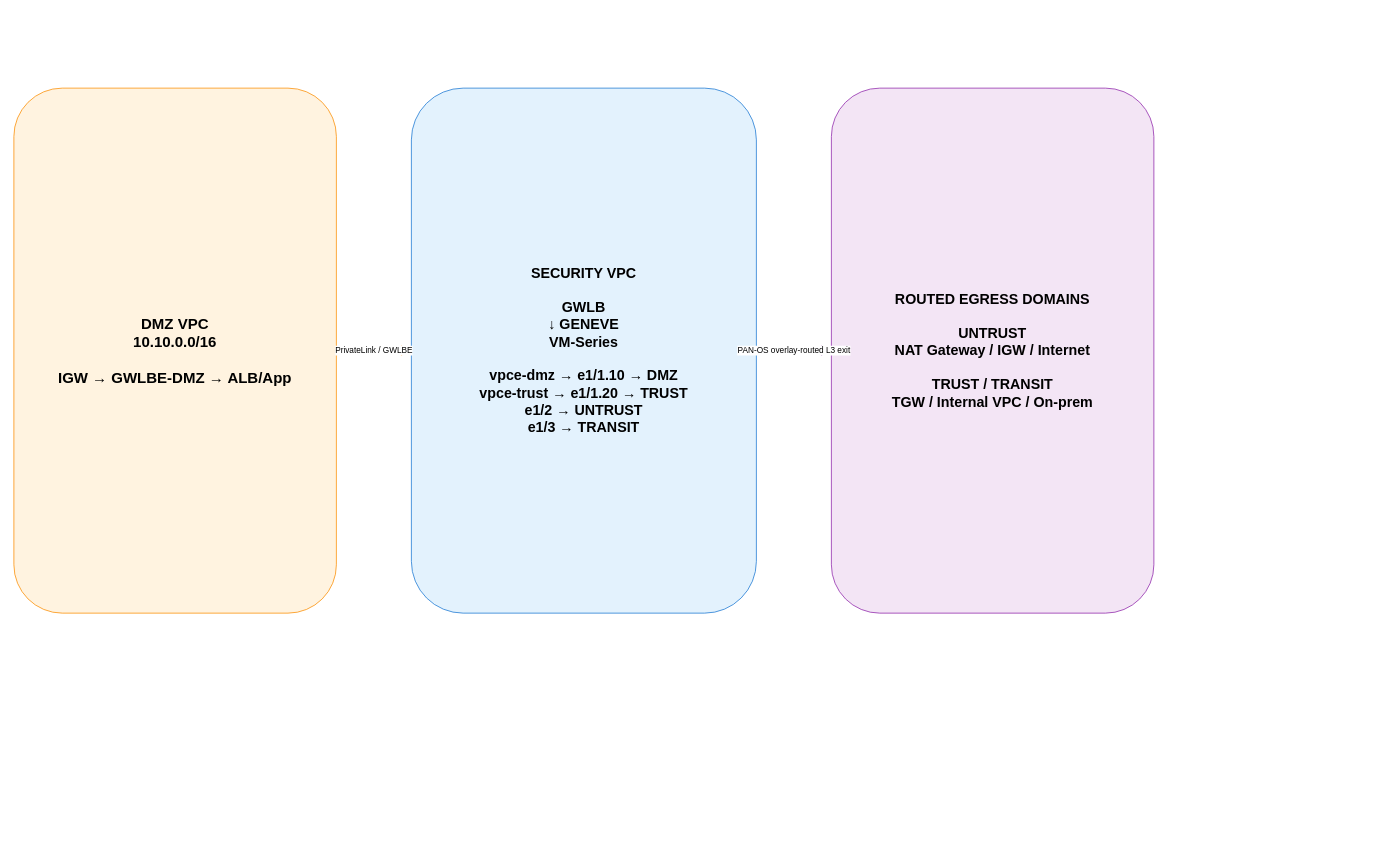
ccaiccie/knowledge keeps this draw.io diagram as images/09-10-26-17-20_aws_overlay_routing_control_data_plane.drawio. Above is the earlier version. Source tidied: cells renumbered, new cells numbered last; positions are measured from the earlier drawing's top-left corner, leaving out a move shared by most shapes. Both pictures are drawn from the tidied source at 75%, with x=0, y=0 at pixel (14, 88).
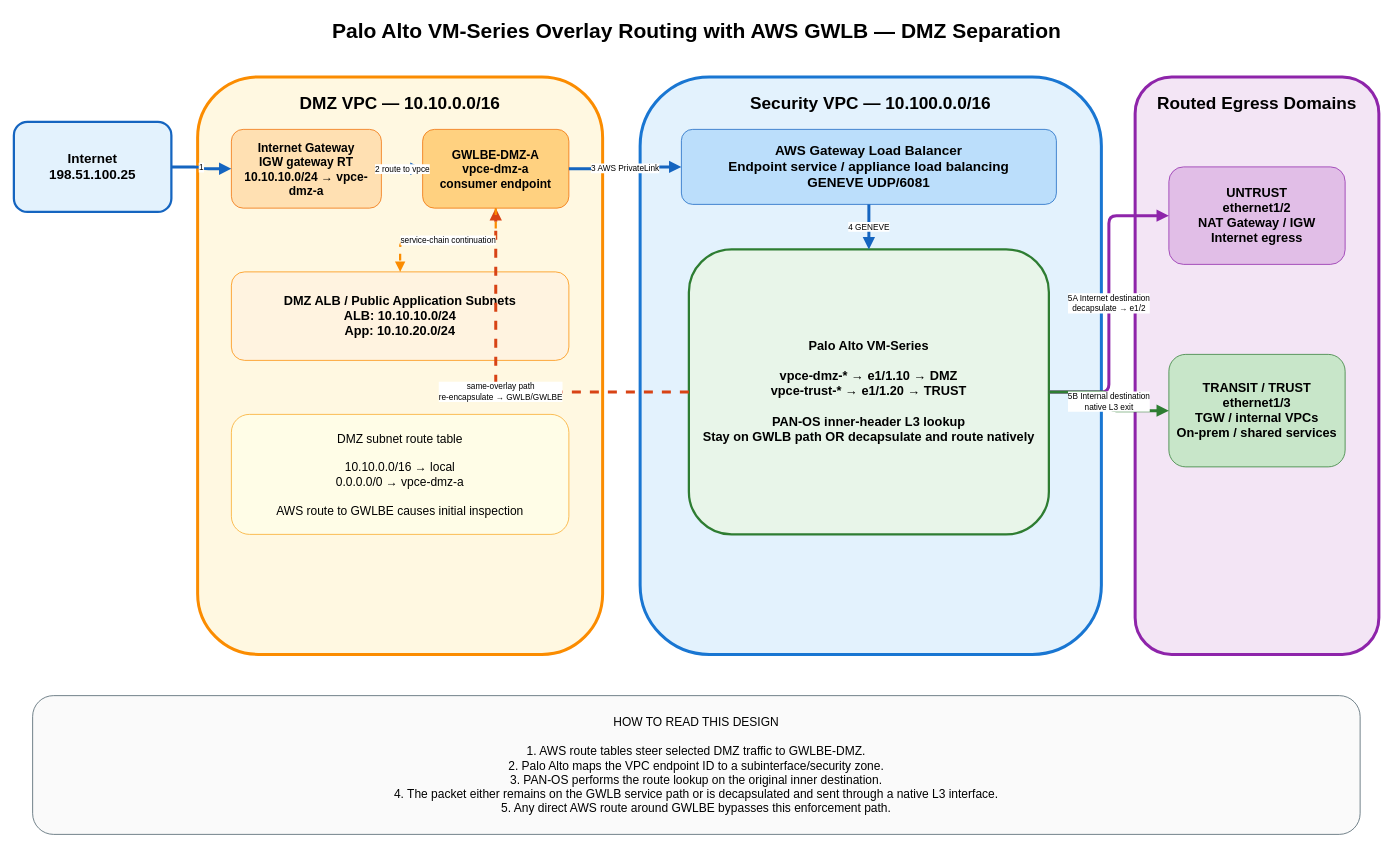
Above is the later version.

Commit message:
Improve editable Palo Alto GWLB DMZ overlay architecture diagram

What changed in the source:
```diff
@@
-    <mxCell id="2" value="DMZ VPC&#10;10.10.0.0/16&#10;&#10;IGW → GWLBE-DMZ → ALB/App" style="rounded=1;whiteSpace=wrap;html=1;fillColor=#fff3e0;strokeColor=#fb8c00;fontSize=20;fontStyle=1;" parent="1" vertex="1">
-      <mxGeometry width="430" height="700" as="geometry" />
-    </mxCell>
-    <mxCell id="3" value="SECURITY VPC&#10;&#10;GWLB&#10;↓ GENEVE&#10;VM-Series&#10;&#10;vpce-dmz → e1/1.10 → DMZ&#10;vpce-trust → e1/1.20 → TRUST&#10;e1/2 → UNTRUST&#10;e1/3 → TRANSIT" style="rounded=1;whiteSpace=wrap;html=1;fillColor=#e3f2fd;strokeColor=#1976d2;fontSize=19;fontStyle=1;" parent="1" vertex="1">
-      <mxGeometry x="530" width="460" height="700" as="geometry" />
-    </mxCell>
-    <mxCell id="4" value="ROUTED EGRESS DOMAINS&#10;&#10;UNTRUST&#10;NAT Gateway / IGW / Internet&#10;&#10;TRUST / TRANSIT&#10;TGW / Internal VPC / On-prem" style="rounded=1;whiteSpace=wrap;html=1;fillColor=#f3e5f5;strokeColor=#8e24aa;fontSize=19;fontStyle=1;" parent="1" vertex="1">
-      <mxGeometry x="1090" width="430" height="700" as="geometry" />
-    </mxCell>
+    <mxCell id="7" value="Palo Alto VM-Series Overlay Routing with AWS GWLB — DMZ Separation" style="text;html=1;align=center;fontSize=28;fontStyle=1;" parent="1" vertex="1">
+      <mxGeometry x="360" y="-100" width="1100" height="50" as="geometry" />
+    </mxCell>
+    <mxCell id="8" value="Internet&#10;198.51.100.25" style="rounded=1;whiteSpace=wrap;html=1;fillColor=#e3f2fd;strokeColor=#1565c0;strokeWidth=3;fontSize=18;fontStyle=1;" parent="1" vertex="1">
+      <mxGeometry y="45" width="210" height="120" as="geometry" />
+    </mxCell>
+    <mxCell id="9" value="DMZ VPC — 10.10.0.0/16" style="rounded=1;whiteSpace=wrap;html=1;fillColor=#fff8e1;strokeColor=#fb8c00;strokeWidth=4;fontSize=23;fontStyle=1;verticalAlign=top;spacingTop=15;" parent="1" vertex="1">
+      <mxGeometry x="245" y="-15" width="540" height="770" as="geometry" />
+    </mxCell>
+    <mxCell id="10" value="Internet Gateway&#10;IGW gateway RT&#10;10.10.10.0/24 → vpce-dmz-a" style="rounded=1;whiteSpace=wrap;html=1;fillColor=#ffe0b2;strokeColor=#ef6c00;fontSize=16;fontStyle=1;" parent="1" vertex="1">
+      <mxGeometry x="290" y="55" width="200" height="105" as="geometry" />
+    </mxCell>
+    <mxCell id="11" value="GWLBE-DMZ-A&#10;vpce-dmz-a&#10;consumer endpoint" style="rounded=1;whiteSpace=wrap;html=1;fillColor=#ffd180;strokeColor=#ef6c00;fontSize=16;fontStyle=1;" parent="1" vertex="1">
+      <mxGeometry x="545" y="55" width="195" height="105" as="geometry" />
+    </mxCell>
+    <mxCell id="12" value="DMZ ALB / Public Application Subnets&#10;ALB: 10.10.10.0/24&#10;App: 10.10.20.0/24" style="rounded=1;whiteSpace=wrap;html=1;fillColor=#fff3e0;strokeColor=#fb8c00;fontSize=17;fontStyle=1;" parent="1" vertex="1">
+      <mxGeometry x="290" y="245" width="450" height="118" as="geometry" />
+    </mxCell>
+    <mxCell id="13" value="DMZ subnet route table&#10;&#10;10.10.0.0/16 → local&#10;0.0.0.0/0 → vpce-dmz-a&#10;&#10;AWS route to GWLBE causes initial inspection" style="rounded=1;whiteSpace=wrap;html=1;fillColor=#fffde7;strokeColor=#f9a825;fontSize=16;" parent="1" vertex="1">
+      <mxGeometry x="290" y="435" width="450" height="160" as="geometry" />
+    </mxCell>
+    <mxCell id="14" value="Security VPC — 10.100.0.0/16" style="rounded=1;whiteSpace=wrap;html=1;fillColor=#e3f2fd;strokeColor=#1976d2;strokeWidth=4;fontSize=23;fontStyle=1;verticalAlign=top;spacingTop=15;" parent="1" vertex="1">
+      <mxGeometry x="835" y="-15" width="615" height="770" as="geometry" />
+    </mxCell>
+    <mxCell id="15" value="AWS Gateway Load Balancer&#10;Endpoint service / appliance load balancing&#10;GENEVE UDP/6081" style="rounded=1;whiteSpace=wrap;html=1;fillColor=#bbdefb;strokeColor=#1565c0;fontSize=18;fontStyle=1;" parent="1" vertex="1">
+      <mxGeometry x="890" y="55" width="500" height="100" as="geometry" />
+    </mxCell>
+    <mxCell id="16" value="Palo Alto VM-Series&#10;&#10;vpce-dmz-* → e1/1.10 → DMZ&#10;vpce-trust-* → e1/1.20 → TRUST&#10;&#10;PAN-OS inner-header L3 lookup&#10;Stay on GWLB path OR decapsulate and route natively" style="rounded=1;whiteSpace=wrap;html=1;fillColor=#e8f5e9;strokeColor=#2e7d32;strokeWidth=3;fontSize=17;fontStyle=1;" parent="1" vertex="1">
+      <mxGeometry x="900" y="215" width="480" height="380" as="geometry" />
+    </mxCell>
+    <mxCell id="17" value="Routed Egress Domains" style="rounded=1;whiteSpace=wrap;html=1;fillColor=#f3e5f5;strokeColor=#8e24aa;strokeWidth=4;fontSize=23;fontStyle=1;verticalAlign=top;spacingTop=15;" parent="1" vertex="1">
+      <mxGeometry x="1495" y="-15" width="325" height="770" as="geometry" />
+    </mxCell>
+    <mxCell id="18" value="UNTRUST&#10;ethernet1/2&#10;NAT Gateway / IGW&#10;Internet egress" style="rounded=1;whiteSpace=wrap;html=1;fillColor=#e1bee7;strokeColor=#8e24aa;fontSize=17;fontStyle=1;" parent="1" vertex="1">
+      <mxGeometry x="1540" y="105" width="235" height="130" as="geometry" />
+    </mxCell>
+    <mxCell id="19" value="TRANSIT / TRUST&#10;ethernet1/3&#10;TGW / internal VPCs&#10;On-prem / shared services" style="rounded=1;whiteSpace=wrap;html=1;fillColor=#c8e6c9;strokeColor=#2e7d32;fontSize=17;fontStyle=1;" parent="1" vertex="1">
+      <mxGeometry x="1540" y="355" width="235" height="150" as="geometry" />
+    </mxCell>
-    <mxCell id="5" value="PrivateLink / GWLBE" style="edgeStyle=orthogonalEdgeStyle;html=1;strokeColor=#fb8c00;strokeWidth=3;endArrow=block;" parent="1" edge="1" source="2" target="3">
+    <mxCell id="5" value="1" style="edgeStyle=orthogonalEdgeStyle;html=1;strokeColor=#1565c0;strokeWidth=4;endArrow=block;" parent="1" edge="1" source="8" target="10">
       <mxGeometry relative="1" as="geometry" />
     </mxCell>
-    <mxCell id="6" value="PAN-OS overlay-routed L3 exit" style="edgeStyle=orthogonalEdgeStyle;html=1;strokeColor=#8e24aa;strokeWidth=3;endArrow=block;" parent="1" edge="1" source="3" target="4">
+    <mxCell id="6" value="2 route to vpce" style="edgeStyle=orthogonalEdgeStyle;html=1;strokeColor=#1565c0;strokeWidth=4;endArrow=block;" parent="1" edge="1" source="10" target="11">
       <mxGeometry relative="1" as="geometry" />
     </mxCell>
+    <mxCell id="20" value="3 AWS PrivateLink" style="edgeStyle=orthogonalEdgeStyle;html=1;strokeColor=#1565c0;strokeWidth=4;endArrow=block;" parent="1" edge="1" source="11" target="15">
+      <mxGeometry relative="1" as="geometry" />
+    </mxCell>
+    <mxCell id="21" value="4 GENEVE" style="edgeStyle=orthogonalEdgeStyle;html=1;strokeColor=#1565c0;strokeWidth=4;endArrow=block;" parent="1" edge="1" source="15" target="16">
+      <mxGeometry relative="1" as="geometry" />
+    </mxCell>
+    <mxCell id="22" value="5A Internet destination&#10;decapsulate → e1/2" style="edgeStyle=orthogonalEdgeStyle;html=1;strokeColor=#8e24aa;strokeWidth=4;endArrow=block;" parent="1" edge="1" source="16" target="18">
+      <mxGeometry relative="1" as="geometry" />
+    </mxCell>
+    <mxCell id="23" value="5B Internal destination&#10;native L3 exit" style="edgeStyle=orthogonalEdgeStyle;html=1;strokeColor=#2e7d32;strokeWidth=4;endArrow=block;" parent="1" edge="1" source="16" target="19">
+      <mxGeometry relative="1" as="geometry" />
+    </mxCell>
+    <mxCell id="24" value="same-overlay path&#10;re-encapsulate → GWLB/GWLBE" style="edgeStyle=orthogonalEdgeStyle;html=1;strokeColor=#d84315;strokeWidth=4;endArrow=block;dashed=1;" parent="1" edge="1" source="16" target="11">
+      <mxGeometry relative="1" as="geometry" />
+    </mxCell>
+    <mxCell id="25" value="service-chain continuation" style="edgeStyle=orthogonalEdgeStyle;html=1;strokeColor=#fb8c00;strokeWidth=3;endArrow=block;dashed=1;" parent="1" edge="1" source="11" target="12">
+      <mxGeometry relative="1" as="geometry" />
+    </mxCell>
+    <mxCell id="26" value="HOW TO READ THIS DESIGN&#10;&#10;1. AWS route tables steer selected DMZ traffic to GWLBE-DMZ.&#10;2. Palo Alto maps the VPC endpoint ID to a subinterface/security zone.&#10;3. PAN-OS performs the route lookup on the original inner destination.&#10;4. The packet either remains on the GWLB service path or is decapsulated and sent through a native L3 interface.&#10;5. Any direct AWS route around GWLBE bypasses this enforcement path." style="rounded=1;whiteSpace=wrap;html=1;fillColor=#fafafa;strokeColor=#455a64;fontSize=16;fontStyle=0;" parent="1" vertex="1">
+      <mxGeometry x="25" y="810" width="1770" height="185" as="geometry" />
+    </mxCell>
```
